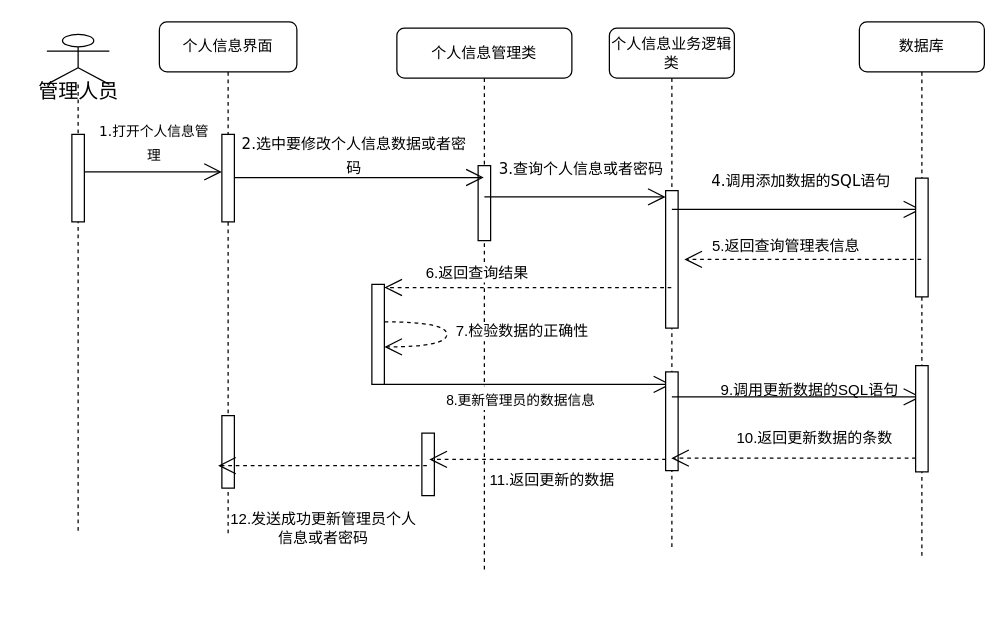
This is 未命名绘图.drawio from cikyjoey/computer-code, a draw.io file, before an edit. Source tidied: cells renumbered, new cells numbered last; positions are measured from the earlier drawing's top-left corner, leaving out a move shared by most shapes. Both pictures are drawn from the tidied source at 125%, with x=0, y=0 at pixel (21, 21).
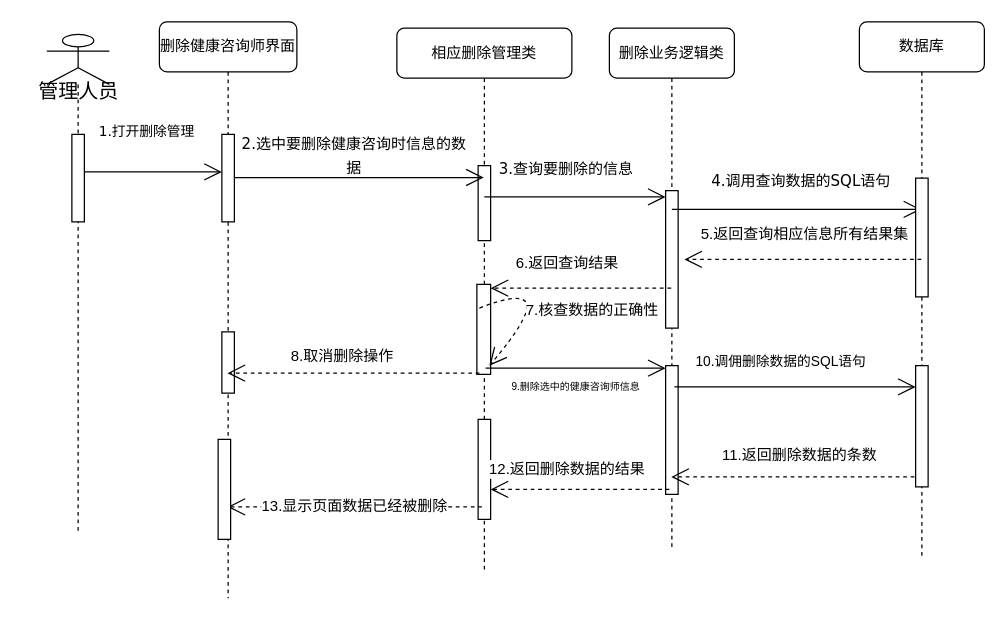
Above is the later version.

Commit message:
更新未命名绘图.drawio

Unchanged cells that the change refers to:
```xml
<mxCell id="14" value="数据库" style="shape=umlLifeline;perimeter=lifelinePerimeter;whiteSpace=wrap;html=1;outlineConnect=0;rounded=1;shadow=0;comic=0;labelBackgroundColor=none;strokeWidth=1;fontFamily=Verdana;fontSize=12;align=center;" parent="1" vertex="1">
  <mxGeometry x="670" width="100" height="430" as="geometry" />
</mxCell>
```

What changed in the source:
```diff
@@
-    <mxCell id="2" value="个人信息管理类" style="shape=umlLifeline;perimeter=lifelinePerimeter;whiteSpace=wrap;html=1;outlineConnect=0;rounded=1;shadow=0;comic=0;labelBackgroundColor=none;strokeWidth=1;fontFamily=Verdana;fontSize=12;align=center;" parent="1" vertex="1">
+    <mxCell id="2" value="相应删除管理类" style="shape=umlLifeline;perimeter=lifelinePerimeter;whiteSpace=wrap;html=1;outlineConnect=0;rounded=1;shadow=0;comic=0;labelBackgroundColor=none;strokeWidth=1;fontFamily=Verdana;fontSize=12;align=center;" parent="1" vertex="1">
       <mxGeometry x="300" y="5" width="140" height="435" as="geometry" />
     </mxCell>
@@
-    <mxCell id="5" style="endArrow=open;endFill=1;endSize=12;html=1;rounded=0;fontSize=12;curved=1;" parent="2" edge="1" target="9">
-      <mxGeometry relative="1" as="geometry">
-        <mxPoint x="-10" y="285" as="sourcePoint" />
-      </mxGeometry>
-    </mxCell>
-    <mxCell id="6" value="&lt;font style=&quot;font-size: 11px;&quot;&gt;8.更新管理员的数据信息&lt;/font&gt;" style="edgeLabel;html=1;align=center;verticalAlign=middle;fontSize=16;" parent="5" vertex="1">
-      <mxGeometry x="-0.22" y="1" relative="1" as="geometry">
-        <mxPoint x="18" y="11" as="offset" />
-      </mxGeometry>
-    </mxCell>
-    <mxCell id="7" style="html=1;perimeter=orthogonalPerimeter;targetShapes=umlLifeline;newEdgeStyle={&quot;edgeStyle&quot;:&quot;elbowEdgeStyle&quot;,&quot;elbow&quot;:&quot;vertical&quot;,&quot;curved&quot;:0,&quot;rounded&quot;:0};fontSize=16;" parent="2" vertex="1">
-      <mxGeometry x="20" y="324" width="10" height="50" as="geometry" />
-    </mxCell>
-    <mxCell id="8" value="11.返回更新的数据" style="endArrow=open;endSize=12;dashed=1;html=1;rounded=0;fontSize=12;curved=1;" parent="2" edge="1">
-      <mxGeometry x="-0.01" y="17" relative="1" as="geometry">
-        <mxPoint x="221" y="345" as="sourcePoint" />
-        <mxPoint x="26" y="345" as="targetPoint" />
-        <Array as="points">
-          <mxPoint x="162" y="345" />
-        </Array>
-      </mxGeometry>
-    </mxCell>
+    <mxCell id="32" style="html=1;points=[];perimeter=orthogonalPerimeter;outlineConnect=0;targetShapes=umlLifeline;portConstraint=eastwest;newEdgeStyle={&quot;edgeStyle&quot;:&quot;elbowEdgeStyle&quot;,&quot;elbow&quot;:&quot;vertical&quot;,&quot;curved&quot;:0,&quot;rounded&quot;:0};fontSize=16;" parent="2" vertex="1">
+      <mxGeometry x="64" y="205" width="11" height="72" as="geometry" />
+    </mxCell>
+    <mxCell id="37" style="html=1;perimeter=orthogonalPerimeter;targetShapes=umlLifeline;newEdgeStyle={&quot;edgeStyle&quot;:&quot;elbowEdgeStyle&quot;,&quot;elbow&quot;:&quot;vertical&quot;,&quot;curved&quot;:0,&quot;rounded&quot;:0};fontSize=16;" parent="2" vertex="1">
+      <mxGeometry x="65" y="313" width="10" height="80" as="geometry" />
+    </mxCell>
+    <mxCell id="38" value="13.显示页面数据已经被删除" style="endArrow=open;endSize=12;dashed=1;html=1;rounded=0;fontSize=12;curved=1;" parent="2" edge="1" target="17">
+      <mxGeometry relative="1" as="geometry">
+        <mxPoint x="68" y="383" as="sourcePoint" />
+      </mxGeometry>
+    </mxCell>
+    <mxCell id="39" value="7.核查数据的正确性" style="endArrow=open;endSize=12;dashed=1;html=1;rounded=0;fontSize=12;curved=1;" parent="2" edge="1">
+      <mxGeometry y="34" relative="1" as="geometry">
+        <mxPoint x="66" y="224" as="sourcePoint" />
+        <mxPoint x="74" y="270" as="targetPoint" />
+        <Array as="points">
+          <mxPoint x="137" y="196" />
+        </Array>
+      </mxGeometry>
+    </mxCell>
-    <mxCell id="9" value="个人信息业务逻辑类" style="shape=umlLifeline;perimeter=lifelinePerimeter;whiteSpace=wrap;html=1;outlineConnect=0;rounded=1;shadow=0;comic=0;labelBackgroundColor=none;strokeWidth=1;fontFamily=Verdana;fontSize=12;align=center;" parent="1" vertex="1">
+    <mxCell id="9" value="删除业务逻辑类" style="shape=umlLifeline;perimeter=lifelinePerimeter;whiteSpace=wrap;html=1;outlineConnect=0;rounded=1;shadow=0;comic=0;labelBackgroundColor=none;strokeWidth=1;fontFamily=Verdana;fontSize=12;align=center;" parent="1" vertex="1">
       <mxGeometry x="470" y="5" width="100" height="415" as="geometry" />
     </mxCell>
@@
-    <mxCell id="12" style="html=1;perimeter=orthogonalPerimeter;targetShapes=umlLifeline;newEdgeStyle={&quot;edgeStyle&quot;:&quot;elbowEdgeStyle&quot;,&quot;elbow&quot;:&quot;vertical&quot;,&quot;curved&quot;:0,&quot;rounded&quot;:0};fontSize=16;" parent="9" vertex="1">
-      <mxGeometry x="45" y="275" width="10" height="79" as="geometry" />
-    </mxCell>
-    <mxCell id="13" style="endArrow=open;endFill=1;endSize=12;html=1;rounded=0;fontSize=12;curved=1;" parent="9" edge="1" target="14">
-      <mxGeometry relative="1" as="geometry">
-        <mxPoint x="50" y="295" as="sourcePoint" />
-      </mxGeometry>
-    </mxCell>
+    <mxCell id="40" style="html=1;points=[];perimeter=orthogonalPerimeter;outlineConnect=0;targetShapes=umlLifeline;portConstraint=eastwest;newEdgeStyle={&quot;edgeStyle&quot;:&quot;elbowEdgeStyle&quot;,&quot;elbow&quot;:&quot;vertical&quot;,&quot;curved&quot;:0,&quot;rounded&quot;:0};fontSize=16;" parent="9" vertex="1">
+      <mxGeometry x="45" y="270" width="10" height="103" as="geometry" />
+    </mxCell>
+    <mxCell id="41" style="endArrow=open;endFill=1;endSize=12;html=1;rounded=0;fontSize=12;curved=1;" parent="9" edge="1" target="43">
+      <mxGeometry relative="1" as="geometry">
+        <mxPoint x="52" y="287" as="sourcePoint" />
+      </mxGeometry>
+    </mxCell>
+    <mxCell id="42" value="12.返回删除数据的结果" style="endArrow=open;endSize=12;dashed=1;html=1;rounded=0;fontSize=12;curved=1;" parent="9" edge="1">
+      <mxGeometry x="0.15" y="-16" relative="1" as="geometry">
+        <mxPoint x="48" y="369" as="sourcePoint" />
+        <mxPoint x="-95" y="369" as="targetPoint" />
+      </mxGeometry>
+    </mxCell>
@@
-    <mxCell id="16" style="html=1;points=[];perimeter=orthogonalPerimeter;outlineConnect=0;targetShapes=umlLifeline;portConstraint=eastwest;newEdgeStyle={&quot;edgeStyle&quot;:&quot;elbowEdgeStyle&quot;,&quot;elbow&quot;:&quot;vertical&quot;,&quot;curved&quot;:0,&quot;rounded&quot;:0};fontSize=16;" parent="14" vertex="1">
-      <mxGeometry x="45" y="275" width="10" height="85" as="geometry" />
-    </mxCell>
+    <mxCell id="43" style="html=1;points=[];perimeter=orthogonalPerimeter;outlineConnect=0;targetShapes=umlLifeline;portConstraint=eastwest;newEdgeStyle={&quot;edgeStyle&quot;:&quot;elbowEdgeStyle&quot;,&quot;elbow&quot;:&quot;vertical&quot;,&quot;curved&quot;:0,&quot;rounded&quot;:0};fontSize=16;" parent="14" vertex="1">
+      <mxGeometry x="45" y="275" width="10" height="97" as="geometry" />
+    </mxCell>
+    <mxCell id="44" value="11.返回删除数据的条数" style="endArrow=open;endSize=12;dashed=1;html=1;rounded=0;fontSize=12;curved=1;" parent="14" edge="1" target="9">
+      <mxGeometry x="-0.05" y="-17" relative="1" as="geometry">
+        <mxPoint x="44" y="364" as="sourcePoint" />
+        <Array as="points">
+          <mxPoint x="-48" y="364" />
+        </Array>
+      </mxGeometry>
+    </mxCell>
-    <mxCell id="17" value="个人信息界面" style="shape=umlLifeline;perimeter=lifelinePerimeter;whiteSpace=wrap;html=1;outlineConnect=0;rounded=1;shadow=0;comic=0;labelBackgroundColor=none;strokeWidth=1;fontFamily=Verdana;fontSize=12;align=center;" parent="1" vertex="1">
-      <mxGeometry x="110" width="110" height="410" as="geometry" />
+    <mxCell id="17" value="删除健康咨询师界面" style="shape=umlLifeline;perimeter=lifelinePerimeter;whiteSpace=wrap;html=1;outlineConnect=0;rounded=1;shadow=0;comic=0;labelBackgroundColor=none;strokeWidth=1;fontFamily=Verdana;fontSize=12;align=center;" parent="1" vertex="1">
+      <mxGeometry x="110" width="110" height="461" as="geometry" />
     </mxCell>
@@
-    <mxCell id="21" value="&lt;div style=&quot;text-align: center;&quot;&gt;&lt;span style=&quot;background-color: initial;&quot;&gt;&lt;font style=&quot;font-size: 11px;&quot; face=&quot;Verdana&quot;&gt;1.打开个人信息管理&lt;/font&gt;&lt;/span&gt;&lt;/div&gt;" style="text;whiteSpace=wrap;html=1;fontSize=16;" parent="17" vertex="1">
+    <mxCell id="21" value="&lt;div style=&quot;text-align: center;&quot;&gt;&lt;span style=&quot;background-color: initial;&quot;&gt;&lt;font style=&quot;font-size: 11px;&quot; face=&quot;Verdana&quot;&gt;1.打开删除管理&lt;/font&gt;&lt;/span&gt;&lt;/div&gt;" style="text;whiteSpace=wrap;html=1;fontSize=16;" parent="17" vertex="1">
       <mxGeometry x="-50" y="70" width="90" height="30" as="geometry" />
     </mxCell>
@@
-    <mxCell id="23" style="html=1;perimeter=orthogonalPerimeter;targetShapes=umlLifeline;newEdgeStyle={&quot;edgeStyle&quot;:&quot;elbowEdgeStyle&quot;,&quot;elbow&quot;:&quot;vertical&quot;,&quot;curved&quot;:0,&quot;rounded&quot;:0};fontSize=16;" parent="17" vertex="1">
-      <mxGeometry x="50" y="315" width="10" height="58" as="geometry" />
-    </mxCell>
-    <mxCell id="24" value="12.发送成功更新管理员个人&lt;br&gt;信息或者密码" style="endArrow=open;endSize=12;dashed=1;html=1;rounded=0;fontSize=12;curved=1;" parent="17" edge="1">
-      <mxGeometry x="-0.01" y="50" relative="1" as="geometry">
-        <mxPoint x="214" y="355" as="sourcePoint" />
-        <mxPoint x="47" y="355" as="targetPoint" />
-        <Array as="points">
-          <mxPoint x="183" y="355" />
-        </Array>
-      </mxGeometry>
-    </mxCell>
+    <mxCell id="45" style="html=1;perimeter=orthogonalPerimeter;targetShapes=umlLifeline;newEdgeStyle={&quot;edgeStyle&quot;:&quot;elbowEdgeStyle&quot;,&quot;elbow&quot;:&quot;vertical&quot;,&quot;curved&quot;:0,&quot;rounded&quot;:0};fontSize=16;" parent="17" vertex="1">
+      <mxGeometry x="50" y="248" width="10" height="49" as="geometry" />
+    </mxCell>
+    <mxCell id="46" style="html=1;perimeter=orthogonalPerimeter;targetShapes=umlLifeline;newEdgeStyle={&quot;edgeStyle&quot;:&quot;elbowEdgeStyle&quot;,&quot;elbow&quot;:&quot;vertical&quot;,&quot;curved&quot;:0,&quot;rounded&quot;:0};fontSize=16;" parent="17" vertex="1">
+      <mxGeometry x="47" y="334" width="10" height="80" as="geometry" />
+    </mxCell>
@@
-    <mxCell id="28" value="&lt;div style=&quot;text-align: center;&quot;&gt;&lt;font face=&quot;Verdana&quot;&gt;&lt;span style=&quot;font-size: 12px;&quot;&gt;2.选中要修改个人信息数据或者密码&lt;/span&gt;&lt;/font&gt;&lt;/div&gt;" style="text;whiteSpace=wrap;html=1;fontSize=16;" parent="1" vertex="1">
+    <mxCell id="28" value="&lt;div style=&quot;text-align: center;&quot;&gt;&lt;font face=&quot;Verdana&quot;&gt;&lt;span style=&quot;font-size: 12px;&quot;&gt;2.选中要删除健康咨询时信息的数据&lt;/span&gt;&lt;/font&gt;&lt;/div&gt;" style="text;whiteSpace=wrap;html=1;fontSize=16;" parent="1" vertex="1">
       <mxGeometry x="170" y="80" width="190" height="30" as="geometry" />
     </mxCell>
-    <mxCell id="29" value="&lt;div style=&quot;text-align: center;&quot;&gt;&lt;span style=&quot;background-color: initial; font-size: 12px;&quot;&gt;&lt;font face=&quot;Verdana&quot;&gt;3.查询个人信息或者密码&lt;/font&gt;&lt;/span&gt;&lt;/div&gt;" style="text;whiteSpace=wrap;html=1;fontSize=16;" parent="1" vertex="1">
+    <mxCell id="29" value="&lt;div style=&quot;text-align: center;&quot;&gt;&lt;span style=&quot;background-color: initial; font-size: 12px;&quot;&gt;&lt;font face=&quot;Verdana&quot;&gt;3.查询要删除的信息&lt;/font&gt;&lt;/span&gt;&lt;/div&gt;" style="text;whiteSpace=wrap;html=1;fontSize=16;" parent="1" vertex="1">
       <mxGeometry x="380" y="100" width="140" height="40" as="geometry" />
     </mxCell>
-    <mxCell id="30" value="5.返回查询管理表信息" style="endArrow=open;endSize=12;dashed=1;html=1;rounded=0;fontSize=12;curved=1;" parent="1" edge="1" source="14">
-      <mxGeometry x="0.16" y="-10" relative="1" as="geometry">
+    <mxCell id="30" value="5.返回查询相应信息所有结果集" style="endArrow=open;endSize=12;dashed=1;html=1;rounded=0;fontSize=12;curved=1;" parent="1" edge="1" source="14">
+      <mxGeometry y="-20" relative="1" as="geometry">
         <mxPoint x="530" y="190" as="targetPoint" />
         <Array as="points">
           <mxPoint x="630" y="190" />
         </Array>
         <mxPoint x="1" as="offset" />
       </mxGeometry>
     </mxCell>
-    <mxCell id="31" value="&lt;div style=&quot;text-align: center;&quot;&gt;&lt;font face=&quot;Verdana&quot;&gt;&lt;span style=&quot;font-size: 12px;&quot;&gt;4.调用添加数据的SQL语句&lt;/span&gt;&lt;/font&gt;&lt;/div&gt;" style="text;whiteSpace=wrap;html=1;fontSize=16;" parent="1" vertex="1">
+    <mxCell id="31" value="&lt;div style=&quot;text-align: center;&quot;&gt;&lt;font face=&quot;Verdana&quot;&gt;&lt;span style=&quot;font-size: 12px;&quot;&gt;4.调用查询数据的SQL语句&lt;/span&gt;&lt;/font&gt;&lt;/div&gt;" style="text;whiteSpace=wrap;html=1;fontSize=16;" parent="1" vertex="1">
       <mxGeometry x="550" y="110" width="150" height="40" as="geometry" />
     </mxCell>
-    <mxCell id="32" style="html=1;points=[];perimeter=orthogonalPerimeter;outlineConnect=0;targetShapes=umlLifeline;portConstraint=eastwest;newEdgeStyle={&quot;edgeStyle&quot;:&quot;elbowEdgeStyle&quot;,&quot;elbow&quot;:&quot;vertical&quot;,&quot;curved&quot;:0,&quot;rounded&quot;:0};fontSize=16;" parent="1" vertex="1">
-      <mxGeometry x="280" y="210" width="10" height="80" as="geometry" />
-    </mxCell>
     <mxCell id="33" value="6.返回查询结果" style="endArrow=open;endSize=12;dashed=1;html=1;rounded=0;fontSize=12;curved=1;" parent="1" edge="1" source="9" target="32">
-      <mxGeometry x="0.36" y="-12" relative="1" as="geometry" />
+      <mxGeometry x="0.17" y="-20" relative="1" as="geometry">
+        <Array as="points">
+          <mxPoint x="432" y="213" />
+        </Array>
+        <mxPoint x="1" as="offset" />
+      </mxGeometry>
     </mxCell>
-    <mxCell id="34" value="7.检验数据的正确性" style="endArrow=open;endSize=12;dashed=1;html=1;rounded=0;fontSize=12;curved=1;" parent="1" edge="1" source="32" target="32">
-      <mxGeometry x="-0.03" y="60" relative="1" as="geometry">
-        <Array as="points">
-          <mxPoint x="340" y="250" />
-        </Array>
-      </mxGeometry>
-    </mxCell>
-    <mxCell id="35" value="&lt;font style=&quot;font-size: 12px;&quot;&gt;9.调用更新数据的SQL语句&lt;/font&gt;" style="text;html=1;align=center;verticalAlign=middle;strokeColor=none;fillColor=none;fontSize=16;" parent="1" vertex="1">
-      <mxGeometry x="545" y="278" width="170" height="30" as="geometry" />
-    </mxCell>
-    <mxCell id="36" value="10.返回更新数据的条数" style="endArrow=open;endSize=12;dashed=1;html=1;rounded=0;fontSize=12;curved=1;" parent="1" edge="1" source="16" target="9">
-      <mxGeometry x="-0.17" y="-16" relative="1" as="geometry">
-        <Array as="points">
-          <mxPoint x="656" y="349" />
-        </Array>
-      </mxGeometry>
-    </mxCell>
+    <mxCell id="47" style="endArrow=open;endFill=1;endSize=12;html=1;rounded=0;fontSize=12;curved=1;" parent="1" edge="1" target="40">
+      <mxGeometry relative="1" as="geometry">
+        <mxPoint x="371" y="277" as="sourcePoint" />
+      </mxGeometry>
+    </mxCell>
+    <mxCell id="48" value="9.删除选中的健康咨询师信息" style="text;html=1;align=center;verticalAlign=middle;strokeColor=none;fillColor=none;fontSize=8;" parent="1" vertex="1">
+      <mxGeometry x="357" y="279" width="172" height="26" as="geometry" />
+    </mxCell>
+    <mxCell id="49" value="10.调佣删除数据的SQL语句" style="text;html=1;align=center;verticalAlign=middle;strokeColor=none;fillColor=none;fontSize=11;" parent="1" vertex="1">
+      <mxGeometry x="523" y="259" width="167" height="26" as="geometry" />
+    </mxCell>
+    <mxCell id="50" value="8.取消删除操作" style="endArrow=open;endSize=12;dashed=1;html=1;rounded=0;fontSize=12;curved=1;" parent="1" edge="1" target="17">
+      <mxGeometry x="0.09" y="-13" relative="1" as="geometry">
+        <mxPoint x="366" y="281" as="sourcePoint" />
+      </mxGeometry>
+    </mxCell>
```
